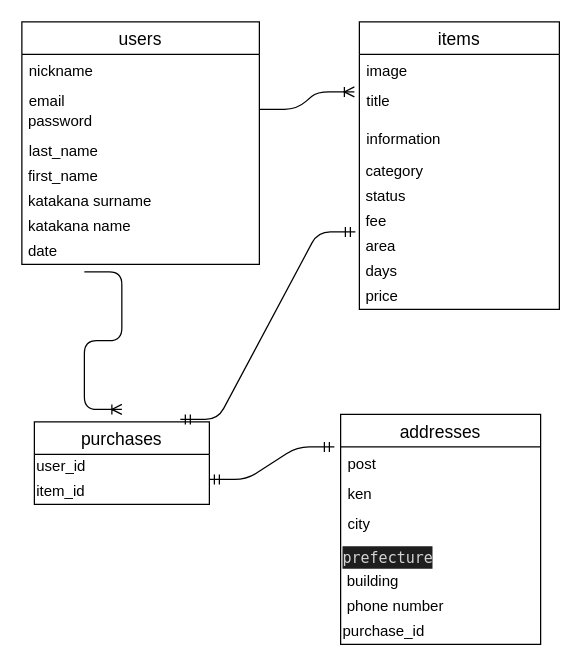
Earlier version of the draw.io diagram er.dio (snoopy900/furima-33454). Source tidied: cells renumbered, new cells numbered last; positions are measured from the earlier drawing's top-left corner, leaving out a move shared by most shapes. Both pictures are drawn from the tidied source at 125%, with x=0, y=0 at pixel (21, 21).
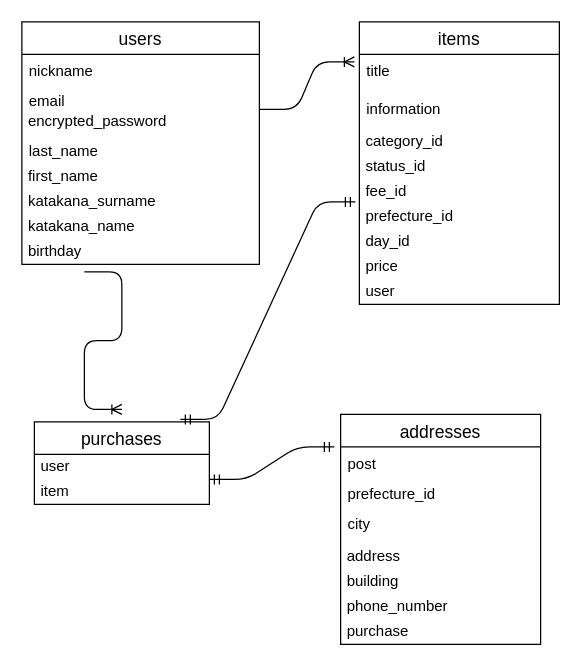
The same page after the edit.

Unchanged cells that the change refers to:
```xml
<mxCell id="2" value="users" style="swimlane;fontStyle=0;horizontal=1;startSize=26;align=center;fontSize=14;" parent="1" vertex="1">
  <mxGeometry width="190" height="194" as="geometry" />
</mxCell>
<mxCell id="21" value="purchases" style="swimlane;fontStyle=0;horizontal=1;startSize=26;align=center;fontSize=14;" parent="1" vertex="1">
  <mxGeometry x="10" y="320" width="140" height="66" as="geometry" />
</mxCell>
<mxCell id="24" value="addresses" style="swimlane;fontStyle=0;horizontal=1;startSize=26;align=center;fontSize=14;" parent="1" vertex="1">
  <mxGeometry x="255" y="314" width="160" height="184" as="geometry" />
</mxCell>
```

What changed in the source:
```diff
@@
-    <mxCell id="5" value="&amp;nbsp;password" style="text;html=1;align=left;verticalAlign=middle;fillColor=none;strokeColor=none;rounded=0;" parent="2" vertex="1">
+    <mxCell id="5" value="&amp;nbsp;encrypted_password" style="text;html=1;align=left;verticalAlign=middle;fillColor=none;strokeColor=none;rounded=0;" parent="2" vertex="1">
       <mxGeometry y="70" width="190" height="20" as="geometry" />
     </mxCell>
@@
-    <mxCell id="8" value="&amp;nbsp;katakana surname" style="text;html=1;align=left;verticalAlign=middle;fillColor=none;strokeColor=none;rounded=0;" parent="2" vertex="1">
+    <mxCell id="8" value="&amp;nbsp;katakana_surname" style="text;html=1;align=left;verticalAlign=middle;fillColor=none;strokeColor=none;rounded=0;" parent="2" vertex="1">
       <mxGeometry y="134" width="190" height="20" as="geometry" />
     </mxCell>
-    <mxCell id="9" value="&amp;nbsp;katakana name" style="text;html=1;align=left;verticalAlign=middle;fillColor=none;strokeColor=none;rounded=0;" parent="2" vertex="1">
+    <mxCell id="9" value="&amp;nbsp;katakana_name" style="text;html=1;align=left;verticalAlign=middle;fillColor=none;strokeColor=none;rounded=0;" parent="2" vertex="1">
       <mxGeometry y="154" width="190" height="20" as="geometry" />
     </mxCell>
-    <mxCell id="10" value="&amp;nbsp;date" style="text;html=1;align=left;verticalAlign=middle;points=[];fillColor=none;strokeColor=none;rounded=0;" parent="2" vertex="1">
+    <mxCell id="10" value="&amp;nbsp;birthday" style="text;html=1;align=left;verticalAlign=middle;points=[];fillColor=none;strokeColor=none;rounded=0;" parent="2" vertex="1">
       <mxGeometry y="174" width="190" height="20" as="geometry" />
     </mxCell>
     <mxCell id="11" value="items" style="swimlane;fontStyle=0;horizontal=1;startSize=26;align=center;fontSize=14;" parent="1" vertex="1">
-      <mxGeometry x="270" width="160" height="230" as="geometry" />
+      <mxGeometry x="270" width="160" height="226" as="geometry" />
     </mxCell>
-    <mxCell id="12" value="image" style="text;strokeColor=none;fillColor=none;spacingLeft=4;spacingRight=4;overflow=hidden;fontSize=12;" parent="11" vertex="1">
-      <mxGeometry y="26" width="160" height="24" as="geometry" />
-    </mxCell>
     <mxCell id="13" value="title" style="text;strokeColor=none;fillColor=none;spacingLeft=4;spacingRight=4;overflow=hidden;points=[[0,0.5],[1,0.5]];portConstraint=eastwest;fontSize=12;" parent="11" vertex="1">
-      <mxGeometry y="50" width="160" height="30" as="geometry" />
+      <mxGeometry y="26" width="160" height="30" as="geometry" />
     </mxCell>
     <mxCell id="14" value="information" style="text;strokeColor=none;fillColor=none;spacingLeft=4;spacingRight=4;overflow=hidden;fontSize=12;" parent="11" vertex="1">
-      <mxGeometry y="80" width="160" height="30" as="geometry" />
+      <mxGeometry y="56" width="160" height="30" as="geometry" />
     </mxCell>
-    <mxCell id="15" value="&amp;nbsp;category" style="text;html=1;align=left;verticalAlign=middle;fillColor=none;strokeColor=none;rounded=0;" parent="11" vertex="1">
-      <mxGeometry y="110" width="160" height="20" as="geometry" />
+    <mxCell id="15" value="&amp;nbsp;category_id" style="text;html=1;align=left;verticalAlign=middle;fillColor=none;strokeColor=none;rounded=0;" parent="11" vertex="1">
+      <mxGeometry y="86" width="160" height="20" as="geometry" />
     </mxCell>
-    <mxCell id="16" value="&amp;nbsp;status" style="text;html=1;align=left;verticalAlign=middle;fillColor=none;strokeColor=none;rounded=0;" parent="11" vertex="1">
-      <mxGeometry y="130" width="160" height="20" as="geometry" />
+    <mxCell id="16" value="&amp;nbsp;status_id" style="text;html=1;align=left;verticalAlign=middle;fillColor=none;strokeColor=none;rounded=0;" parent="11" vertex="1">
+      <mxGeometry y="106" width="160" height="20" as="geometry" />
     </mxCell>
-    <mxCell id="17" value="&amp;nbsp;fee" style="text;html=1;align=left;verticalAlign=middle;fillColor=none;strokeColor=none;rounded=0;" parent="11" vertex="1">
-      <mxGeometry y="150" width="160" height="20" as="geometry" />
+    <mxCell id="17" value="&amp;nbsp;fee_id" style="text;html=1;align=left;verticalAlign=middle;fillColor=none;strokeColor=none;rounded=0;" parent="11" vertex="1">
+      <mxGeometry y="126" width="160" height="20" as="geometry" />
     </mxCell>
-    <mxCell id="18" value="&amp;nbsp;area" style="text;html=1;align=left;verticalAlign=middle;points=[];fillColor=none;strokeColor=none;rounded=0;" parent="11" vertex="1">
-      <mxGeometry y="170" width="160" height="20" as="geometry" />
+    <mxCell id="18" value="&amp;nbsp;prefecture_id" style="text;html=1;align=left;verticalAlign=middle;points=[];fillColor=none;strokeColor=none;rounded=0;" parent="11" vertex="1">
+      <mxGeometry y="146" width="160" height="20" as="geometry" />
     </mxCell>
-    <mxCell id="19" value="&amp;nbsp;days" style="text;html=1;align=left;verticalAlign=middle;fillColor=none;strokeColor=none;rounded=0;" parent="11" vertex="1">
-      <mxGeometry y="190" width="160" height="20" as="geometry" />
+    <mxCell id="19" value="&amp;nbsp;day_id" style="text;html=1;align=left;verticalAlign=middle;fillColor=none;strokeColor=none;rounded=0;" parent="11" vertex="1">
+      <mxGeometry y="166" width="160" height="20" as="geometry" />
     </mxCell>
     <mxCell id="20" value="&amp;nbsp;price" style="text;html=1;align=left;verticalAlign=middle;fillColor=none;strokeColor=none;rounded=0;" parent="11" vertex="1">
-      <mxGeometry y="210" width="160" height="20" as="geometry" />
+      <mxGeometry y="186" width="160" height="20" as="geometry" />
     </mxCell>
+    <mxCell id="36" value="&amp;nbsp;user" style="text;html=1;align=left;verticalAlign=middle;fillColor=none;strokeColor=none;rounded=0;" parent="11" vertex="1">
+      <mxGeometry y="206" width="160" height="20" as="geometry" />
+    </mxCell>
@@
-    <mxCell id="22" value="user_id" style="text;html=1;align=left;verticalAlign=middle;fillColor=none;strokeColor=none;rounded=0;" parent="21" vertex="1">
+    <mxCell id="22" value="&amp;nbsp;user" style="text;html=1;align=left;verticalAlign=middle;fillColor=none;strokeColor=none;rounded=0;" parent="21" vertex="1">
       <mxGeometry y="26" width="140" height="20" as="geometry" />
     </mxCell>
-    <mxCell id="23" value="item_id" style="text;html=1;align=left;verticalAlign=middle;fillColor=none;strokeColor=none;rounded=0;" parent="21" vertex="1">
+    <mxCell id="23" value="&amp;nbsp;item" style="text;html=1;align=left;verticalAlign=middle;fillColor=none;strokeColor=none;rounded=0;" parent="21" vertex="1">
       <mxGeometry y="46" width="140" height="20" as="geometry" />
     </mxCell>
@@
-    <mxCell id="26" value="ken" style="text;strokeColor=none;fillColor=none;spacingLeft=4;spacingRight=4;overflow=hidden;fontSize=12;" parent="24" vertex="1">
+    <mxCell id="26" value="prefecture_id" style="text;strokeColor=none;fillColor=none;spacingLeft=4;spacingRight=4;overflow=hidden;fontSize=12;" parent="24" vertex="1">
       <mxGeometry y="50" width="160" height="24" as="geometry" />
     </mxCell>
@@
-    <mxCell id="28" value="&lt;div style=&quot;color: rgb(212 , 212 , 212) ; background-color: rgb(30 , 30 , 30) ; font-family: &amp;#34;menlo&amp;#34; , &amp;#34;monaco&amp;#34; , &amp;#34;courier new&amp;#34; , monospace ; line-height: 18px&quot;&gt;prefecture&lt;/div&gt;" style="text;html=1;align=left;verticalAlign=middle;fillColor=none;strokeColor=none;rounded=0;" parent="24" vertex="1">
-      <mxGeometry y="104" width="160" height="20" as="geometry" />
-    </mxCell>
+    <mxCell id="37" value="&amp;nbsp;address" style="text;html=1;align=left;verticalAlign=middle;fillColor=none;strokeColor=none;rounded=0;" parent="24" vertex="1">
+      <mxGeometry y="104" width="160" height="20" as="geometry" />
+    </mxCell>
@@
-    <mxCell id="30" value="&amp;nbsp;phone number" style="text;html=1;align=left;verticalAlign=middle;fillColor=none;strokeColor=none;rounded=0;" parent="24" vertex="1">
+    <mxCell id="30" value="&amp;nbsp;phone_number" style="text;html=1;align=left;verticalAlign=middle;fillColor=none;strokeColor=none;rounded=0;" parent="24" vertex="1">
       <mxGeometry y="144" width="160" height="20" as="geometry" />
     </mxCell>
-    <mxCell id="31" value="purchase_id" style="text;html=1;align=left;verticalAlign=middle;fillColor=none;strokeColor=none;rounded=0;" parent="24" vertex="1">
+    <mxCell id="31" value="&amp;nbsp;purchase" style="text;html=1;align=left;verticalAlign=middle;fillColor=none;strokeColor=none;rounded=0;" parent="24" vertex="1">
       <mxGeometry y="164" width="160" height="20" as="geometry" />
     </mxCell>
```
